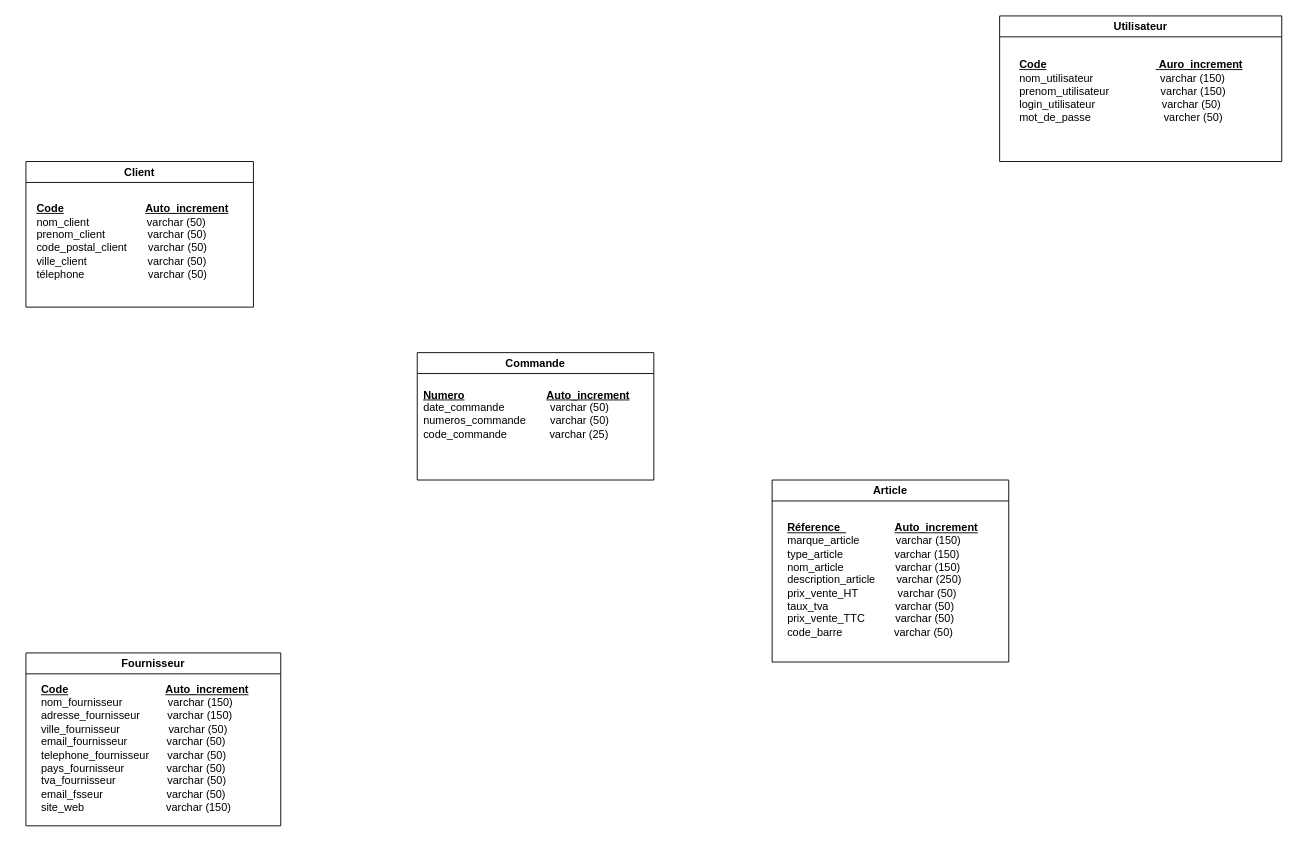
This is page "MPD" (3 of 3) of G.Stock.drawio from rachellusamba/CO-G.Stock, a draw.io file, before an edit. Source tidied: cells renumbered, new cells numbered last; positions are measured from the earlier drawing's top-left corner, leaving out a move shared by most shapes. Both pictures are drawn from the tidied source at 91%, with x=0, y=0 at pixel (25, 15).
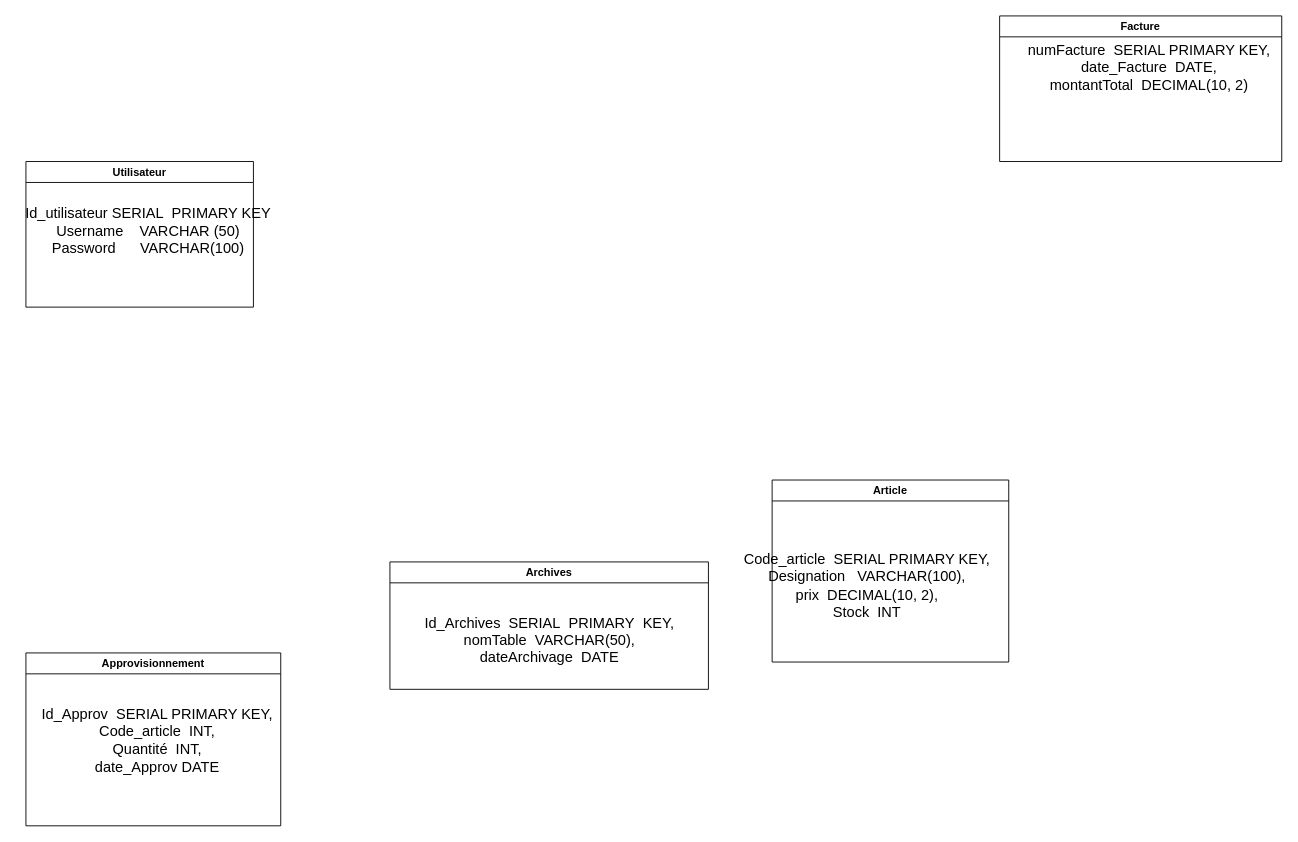
The same diagram, later.

Commit message:
Mettre à jour G.Stock.drawio

Diff of the diagram source:
```diff
@@
 <mxGraphModel>
   <root>
     <mxCell id="0" />
     <mxCell id="1" parent="0" />
-    <mxCell id="2" value="Utilisateur" style="swimlane;whiteSpace=wrap;html=1;" parent="1" vertex="1">
+    <mxCell id="2" value="Facture" style="swimlane;whiteSpace=wrap;html=1;" parent="1" vertex="1">
       <mxGeometry x="1070" width="310" height="160" as="geometry" />
     </mxCell>
-    <mxCell id="3" value="&lt;div align=&quot;left&quot;&gt;&lt;b&gt;&lt;u&gt;Code&lt;/u&gt; &amp;nbsp;&lt;/b&gt; &amp;nbsp; &amp;nbsp; &amp;nbsp; &amp;nbsp; &amp;nbsp; &amp;nbsp;&amp;nbsp;&amp;nbsp;&amp;nbsp;&amp;nbsp;&amp;nbsp;&amp;nbsp;&amp;nbsp;&amp;nbsp;&amp;nbsp;&amp;nbsp;&amp;nbsp;&amp;nbsp;&amp;nbsp;&amp;nbsp;&amp;nbsp;&amp;nbsp;&amp;nbsp;&amp;nbsp;&amp;nbsp;&amp;nbsp;&amp;nbsp;&amp;nbsp;&lt;u&gt; &lt;/u&gt;&lt;b&gt;&lt;u&gt;Auro_increment&lt;/u&gt;&lt;/b&gt;&lt;/div&gt;&lt;div align=&quot;left&quot;&gt;nom_utilisateur&amp;nbsp;&amp;nbsp;&amp;nbsp;&amp;nbsp;&amp;nbsp;&amp;nbsp;&amp;nbsp;&amp;nbsp;&amp;nbsp;&amp;nbsp;&amp;nbsp;&amp;nbsp;&amp;nbsp;&amp;nbsp;&amp;nbsp;&amp;nbsp;&amp;nbsp;&amp;nbsp;&amp;nbsp;&amp;nbsp;&amp;nbsp; varchar (150)&lt;br&gt;&lt;/div&gt;&lt;div align=&quot;left&quot;&gt;prenom_utilisateur&amp;nbsp;&amp;nbsp;&amp;nbsp;&amp;nbsp;&amp;nbsp;&amp;nbsp;&amp;nbsp;&amp;nbsp;&amp;nbsp;&amp;nbsp;&amp;nbsp;&amp;nbsp;&amp;nbsp;&amp;nbsp;&amp;nbsp;&amp;nbsp; varchar (150)&lt;br&gt;&lt;/div&gt;&lt;div align=&quot;left&quot;&gt;login_utilisateur&amp;nbsp;&amp;nbsp;&amp;nbsp;&amp;nbsp;&amp;nbsp;&amp;nbsp;&amp;nbsp;&amp;nbsp;&amp;nbsp;&amp;nbsp;&amp;nbsp;&amp;nbsp;&amp;nbsp;&amp;nbsp;&amp;nbsp;&amp;nbsp;&amp;nbsp;&amp;nbsp;&amp;nbsp;&amp;nbsp;&amp;nbsp; varchar (50)&lt;br&gt;&lt;/div&gt;&lt;div align=&quot;left&quot;&gt;mot_de_passe&amp;nbsp;&amp;nbsp;&amp;nbsp;&amp;nbsp;&amp;nbsp;&amp;nbsp;&amp;nbsp;&amp;nbsp;&amp;nbsp;&amp;nbsp;&amp;nbsp;&amp;nbsp;&amp;nbsp;&amp;nbsp;&amp;nbsp;&amp;nbsp;&amp;nbsp;&amp;nbsp;&amp;nbsp;&amp;nbsp;&amp;nbsp;&amp;nbsp;&amp;nbsp; varcher (50)&lt;br&gt;&lt;/div&gt;&lt;div align=&quot;left&quot;&gt;&lt;br&gt;&lt;/div&gt;" style="text;html=1;align=left;verticalAlign=middle;strokeColor=none;fillColor=none;" parent="2" vertex="1">
-      <mxGeometry x="20" y="40" width="270" height="100" as="geometry" />
-    </mxCell>
-    <mxCell id="4" value="Commande" style="swimlane;whiteSpace=wrap;html=1;" parent="1" vertex="1">
-      <mxGeometry x="430" y="370" width="260" height="140" as="geometry" />
-    </mxCell>
-    <mxCell id="5" value="&lt;div align=&quot;left&quot;&gt;&lt;b&gt;&lt;u&gt;Numero&lt;/u&gt;&lt;/b&gt; &amp;nbsp;&amp;nbsp;&amp;nbsp;&amp;nbsp;&amp;nbsp;&amp;nbsp;&amp;nbsp;&amp;nbsp;&amp;nbsp;&amp;nbsp;&amp;nbsp;&amp;nbsp;&amp;nbsp;&amp;nbsp;&amp;nbsp;&amp;nbsp;&amp;nbsp;&amp;nbsp;&amp;nbsp;&amp;nbsp;&amp;nbsp;&amp;nbsp;&amp;nbsp;&amp;nbsp;&amp;nbsp; &lt;b&gt;&lt;u&gt;Auto_increment&lt;/u&gt;&lt;/b&gt;&lt;br&gt;date_commande&amp;nbsp;&amp;nbsp;&amp;nbsp;&amp;nbsp;&amp;nbsp;&amp;nbsp;&amp;nbsp;&amp;nbsp;&amp;nbsp;&amp;nbsp;&amp;nbsp;&amp;nbsp;&amp;nbsp;&amp;nbsp; varchar (50)&lt;/div&gt;&lt;div align=&quot;left&quot;&gt;numeros_commande&amp;nbsp;&amp;nbsp;&amp;nbsp;&amp;nbsp;&amp;nbsp;&amp;nbsp;&amp;nbsp; varchar (50)&lt;/div&gt;&lt;div align=&quot;left&quot;&gt;code_commande&amp;nbsp;&amp;nbsp;&amp;nbsp;&amp;nbsp;&amp;nbsp;&amp;nbsp;&amp;nbsp;&amp;nbsp;&amp;nbsp;&amp;nbsp;&amp;nbsp;&amp;nbsp;&amp;nbsp; varchar (25)&lt;br&gt;&lt;/div&gt;&lt;div align=&quot;left&quot;&gt;&lt;br&gt;&lt;/div&gt;" style="text;html=1;align=left;verticalAlign=middle;strokeColor=none;fillColor=none;" parent="4" vertex="1">
-      <mxGeometry x="5" y="30" width="250" height="90" as="geometry" />
-    </mxCell>
-    <mxCell id="6" value="Fournisseur" style="swimlane;whiteSpace=wrap;html=1;" parent="1" vertex="1">
+    <mxCell id="6" value="Approvisionnement" style="swimlane;whiteSpace=wrap;html=1;" parent="1" vertex="1">
       <mxGeometry y="700" width="280" height="190" as="geometry" />
     </mxCell>
-    <mxCell id="7" value="&lt;div align=&quot;left&quot;&gt;&lt;b&gt;&lt;u&gt;Code&lt;/u&gt;&lt;/b&gt; &amp;nbsp; &amp;nbsp; &amp;nbsp; &amp;nbsp; &amp;nbsp; &amp;nbsp;&amp;nbsp; &amp;nbsp;&amp;nbsp;&amp;nbsp;&amp;nbsp;&amp;nbsp;&amp;nbsp;&amp;nbsp;&amp;nbsp;&amp;nbsp;&amp;nbsp;&amp;nbsp;&amp;nbsp;&amp;nbsp;&amp;nbsp;&amp;nbsp;&amp;nbsp;&amp;nbsp; &lt;u&gt;&lt;b&gt;Auto_increment&lt;/b&gt;&lt;/u&gt;&lt;br&gt;nom_fournisseur&amp;nbsp;&amp;nbsp;&amp;nbsp;&amp;nbsp;&amp;nbsp;&amp;nbsp;&amp;nbsp;&amp;nbsp;&amp;nbsp;&amp;nbsp;&amp;nbsp;&amp;nbsp;&amp;nbsp;&amp;nbsp; varchar (150)&lt;br&gt;adresse_fournisseur&amp;nbsp;&amp;nbsp;&amp;nbsp;&amp;nbsp;&amp;nbsp;&amp;nbsp;&amp;nbsp;&amp;nbsp; varchar (150)&lt;br&gt;ville_fournisseur&amp;nbsp;&amp;nbsp;&amp;nbsp;&amp;nbsp;&amp;nbsp;&amp;nbsp;&amp;nbsp;&amp;nbsp;&amp;nbsp;&amp;nbsp;&amp;nbsp;&amp;nbsp;&amp;nbsp;&amp;nbsp;&amp;nbsp; varchar (50)&lt;br&gt;email_fournisseur&amp;nbsp;&amp;nbsp;&amp;nbsp;&amp;nbsp;&amp;nbsp;&amp;nbsp;&amp;nbsp;&amp;nbsp;&amp;nbsp;&amp;nbsp;&amp;nbsp;&amp;nbsp; varchar (50)&lt;br&gt;telephone_fournisseur&amp;nbsp;&amp;nbsp;&amp;nbsp;&amp;nbsp;&amp;nbsp; varchar (50)&lt;br&gt;pays_fournisseur&amp;nbsp;&amp;nbsp;&amp;nbsp;&amp;nbsp;&amp;nbsp;&amp;nbsp;&amp;nbsp;&amp;nbsp;&amp;nbsp;&amp;nbsp;&amp;nbsp;&amp;nbsp;&amp;nbsp; varchar (50)&lt;br&gt;tva_fournisseur&amp;nbsp;&amp;nbsp;&amp;nbsp;&amp;nbsp;&amp;nbsp;&amp;nbsp;&amp;nbsp;&amp;nbsp;&amp;nbsp;&amp;nbsp;&amp;nbsp;&amp;nbsp;&amp;nbsp;&amp;nbsp;&amp;nbsp;&amp;nbsp; varchar (50)&lt;/div&gt;&lt;div align=&quot;left&quot;&gt;email_fsseur&amp;nbsp;&amp;nbsp;&amp;nbsp;&amp;nbsp;&amp;nbsp;&amp;nbsp;&amp;nbsp;&amp;nbsp;&amp;nbsp;&amp;nbsp;&amp;nbsp;&amp;nbsp;&amp;nbsp;&amp;nbsp;&amp;nbsp;&amp;nbsp;&amp;nbsp;&amp;nbsp;&amp;nbsp;&amp;nbsp; varchar (50)&lt;/div&gt;&lt;div align=&quot;left&quot;&gt;site_web&amp;nbsp;&amp;nbsp;&amp;nbsp;&amp;nbsp;&amp;nbsp;&amp;nbsp;&amp;nbsp;&amp;nbsp;&amp;nbsp;&amp;nbsp;&amp;nbsp;&amp;nbsp;&amp;nbsp;&amp;nbsp;&amp;nbsp;&amp;nbsp;&amp;nbsp;&amp;nbsp;&amp;nbsp;&amp;nbsp;&amp;nbsp;&amp;nbsp;&amp;nbsp;&amp;nbsp;&amp;nbsp;&amp;nbsp; varchar (150)&lt;br&gt;&lt;/div&gt;" style="text;html=1;align=left;verticalAlign=middle;strokeColor=none;fillColor=none;" parent="6" vertex="1">
-      <mxGeometry x="15" y="25" width="250" height="160" as="geometry" />
-    </mxCell>
-    <mxCell id="8" value="Client" style="swimlane;whiteSpace=wrap;html=1;" parent="1" vertex="1">
+    <mxCell id="8" value="Utilisateur" style="swimlane;whiteSpace=wrap;html=1;" parent="1" vertex="1">
       <mxGeometry y="160" width="250" height="160" as="geometry" />
     </mxCell>
-    <mxCell id="9" value="&lt;div align=&quot;left&quot;&gt;&lt;b&gt;&lt;u&gt;Code&lt;/u&gt;&amp;nbsp;&amp;nbsp;&amp;nbsp;&amp;nbsp;&amp;nbsp;&amp;nbsp;&amp;nbsp;&amp;nbsp;&amp;nbsp;&amp;nbsp;&amp;nbsp;&amp;nbsp;&amp;nbsp;&amp;nbsp;&amp;nbsp;&amp;nbsp;&amp;nbsp;&amp;nbsp;&amp;nbsp;&amp;nbsp;&amp;nbsp;&amp;nbsp;&amp;nbsp;&amp;nbsp;&amp;nbsp;&amp;nbsp; &lt;u&gt;Auto_increment&lt;/u&gt;&lt;/b&gt;&lt;br&gt;nom_client&amp;nbsp;&amp;nbsp;&amp;nbsp;&amp;nbsp;&amp;nbsp;&amp;nbsp;&amp;nbsp;&amp;nbsp;&amp;nbsp;&amp;nbsp;&amp;nbsp;&amp;nbsp;&amp;nbsp;&amp;nbsp;&amp;nbsp;&amp;nbsp;&amp;nbsp;&amp;nbsp; varchar (50)&lt;br&gt;prenom_client&amp;nbsp;&amp;nbsp;&amp;nbsp;&amp;nbsp;&amp;nbsp;&amp;nbsp;&amp;nbsp;&amp;nbsp;&amp;nbsp;&amp;nbsp;&amp;nbsp;&amp;nbsp;&amp;nbsp; varchar (50)&lt;br&gt;code_postal_client&amp;nbsp;&amp;nbsp;&amp;nbsp;&amp;nbsp;&amp;nbsp;&amp;nbsp; varchar (50)&lt;br&gt;ville_client&amp;nbsp;&amp;nbsp;&amp;nbsp;&amp;nbsp;&amp;nbsp;&amp;nbsp;&amp;nbsp;&amp;nbsp;&amp;nbsp;&amp;nbsp;&amp;nbsp;&amp;nbsp;&amp;nbsp;&amp;nbsp;&amp;nbsp;&amp;nbsp;&amp;nbsp;&amp;nbsp;&amp;nbsp; varchar (50)&lt;br&gt;télephone&amp;nbsp;&amp;nbsp;&amp;nbsp;&amp;nbsp;&amp;nbsp;&amp;nbsp;&amp;nbsp;&amp;nbsp;&amp;nbsp;&amp;nbsp;&amp;nbsp;&amp;nbsp;&amp;nbsp;&amp;nbsp;&amp;nbsp;&amp;nbsp;&amp;nbsp;&amp;nbsp;&amp;nbsp;&amp;nbsp; varchar (50)&lt;br&gt;&lt;/div&gt;&lt;div align=&quot;left&quot;&gt;&lt;br&gt;&lt;/div&gt;" style="text;html=1;align=left;verticalAlign=middle;strokeColor=none;fillColor=none;" parent="8" vertex="1">
-      <mxGeometry x="10" y="40" width="230" height="110" as="geometry" />
-    </mxCell>
     <mxCell id="10" value="Article" style="swimlane;whiteSpace=wrap;html=1;" parent="1" vertex="1">
       <mxGeometry x="820" y="510" width="260" height="200" as="geometry" />
     </mxCell>
-    <mxCell id="11" value="&lt;div align=&quot;left&quot;&gt;&lt;b&gt;&lt;u&gt;Réference &amp;nbsp;&lt;/u&gt;&lt;/b&gt;&amp;nbsp;&amp;nbsp;&amp;nbsp;&amp;nbsp;&amp;nbsp;&amp;nbsp;&amp;nbsp;&amp;nbsp;&amp;nbsp;&amp;nbsp;&amp;nbsp;&amp;nbsp;&amp;nbsp;&amp;nbsp;&amp;nbsp; &lt;u&gt;&lt;b&gt;Auto_increment&lt;/b&gt;&lt;/u&gt;&lt;br&gt;marque_article&amp;nbsp;&amp;nbsp;&amp;nbsp;&amp;nbsp;&amp;nbsp;&amp;nbsp;&amp;nbsp;&amp;nbsp;&amp;nbsp;&amp;nbsp;&amp;nbsp; varchar (150)&lt;br&gt;type_article&amp;nbsp;&amp;nbsp;&amp;nbsp;&amp;nbsp;&amp;nbsp;&amp;nbsp;&amp;nbsp;&amp;nbsp;&amp;nbsp;&amp;nbsp;&amp;nbsp;&amp;nbsp;&amp;nbsp;&amp;nbsp;&amp;nbsp;&amp;nbsp; varchar (150)&lt;br&gt;nom_article&amp;nbsp;&amp;nbsp;&amp;nbsp;&amp;nbsp;&amp;nbsp;&amp;nbsp;&amp;nbsp;&amp;nbsp;&amp;nbsp;&amp;nbsp;&amp;nbsp;&amp;nbsp;&amp;nbsp;&amp;nbsp;&amp;nbsp;&amp;nbsp; varchar (150)&lt;br&gt;description_article&amp;nbsp;&amp;nbsp;&amp;nbsp;&amp;nbsp;&amp;nbsp;&amp;nbsp; varchar (250)&lt;br&gt;prix_vente_HT&amp;nbsp;&amp;nbsp;&amp;nbsp;&amp;nbsp;&amp;nbsp;&amp;nbsp;&amp;nbsp;&amp;nbsp;&amp;nbsp;&amp;nbsp;&amp;nbsp;&amp;nbsp; varchar (50)&lt;br&gt;taux_tva&amp;nbsp;&amp;nbsp;&amp;nbsp;&amp;nbsp;&amp;nbsp;&amp;nbsp;&amp;nbsp;&amp;nbsp;&amp;nbsp;&amp;nbsp;&amp;nbsp;&amp;nbsp;&amp;nbsp;&amp;nbsp;&amp;nbsp;&amp;nbsp;&amp;nbsp;&amp;nbsp;&amp;nbsp;&amp;nbsp;&amp;nbsp; varchar (50)&lt;br&gt;prix_vente_TTC&amp;nbsp;&amp;nbsp;&amp;nbsp;&amp;nbsp;&amp;nbsp;&amp;nbsp;&amp;nbsp;&amp;nbsp;&amp;nbsp; varchar (50)&lt;br&gt;code_barre&amp;nbsp;&amp;nbsp;&amp;nbsp;&amp;nbsp;&amp;nbsp;&amp;nbsp;&amp;nbsp;&amp;nbsp;&amp;nbsp;&amp;nbsp;&amp;nbsp;&amp;nbsp;&amp;nbsp;&amp;nbsp;&amp;nbsp;&amp;nbsp; varchar (50)&lt;br&gt;&lt;/div&gt;" style="text;html=1;align=left;verticalAlign=middle;strokeColor=none;fillColor=none;" parent="10" vertex="1">
-      <mxGeometry x="15" y="40" width="230" height="140" as="geometry" />
-    </mxCell>
+    <mxCell id="12" value="Id_utilisateur SERIAL&amp;nbsp; PRIMARY KEY&lt;br&gt;Username&amp;nbsp;&amp;nbsp;&amp;nbsp; VARCHAR (50)&lt;br&gt;Password&amp;nbsp;&amp;nbsp;&amp;nbsp;&amp;nbsp;&amp;nbsp; VARCHAR(100)" style="text;html=1;align=center;verticalAlign=middle;strokeColor=none;fillColor=none;fontSize=16;" parent="1" vertex="1">
+      <mxGeometry x="-11" y="201" width="290" height="70" as="geometry" />
+    </mxCell>
+    <mxCell id="13" value="Id_Approv&amp;nbsp; SERIAL PRIMARY KEY,&lt;br&gt;Code_article&amp;nbsp; INT,&lt;br&gt;Quantité&amp;nbsp; INT,&lt;br&gt;date_Approv DATE" style="text;html=1;align=center;verticalAlign=middle;strokeColor=none;fillColor=none;fontSize=16;" parent="1" vertex="1">
+      <mxGeometry x="4" y="751" width="280" height="90" as="geometry" />
+    </mxCell>
+    <mxCell id="14" value="Code_article&amp;nbsp; SERIAL PRIMARY KEY,&lt;br&gt;Designation&amp;nbsp;&amp;nbsp; VARCHAR(100),&lt;br&gt;prix&amp;nbsp; DECIMAL(10, 2),&lt;br&gt;Stock&amp;nbsp; INT" style="text;html=1;align=center;verticalAlign=middle;strokeColor=none;fillColor=none;fontSize=16;" parent="1" vertex="1">
+      <mxGeometry x="779" y="581" width="290" height="90" as="geometry" />
+    </mxCell>
+    <mxCell id="15" value="numFacture&amp;nbsp; SERIAL PRIMARY KEY,&lt;br&gt;date_Facture&amp;nbsp; DATE,&lt;br&gt;montantTotal&amp;nbsp; DECIMAL(10, 2)&lt;div&gt;&lt;br/&gt;&lt;/div&gt;" style="text;html=1;align=center;verticalAlign=middle;strokeColor=none;fillColor=none;fontSize=16;" parent="1" vertex="1">
+      <mxGeometry x="1089" y="21" width="290" height="90" as="geometry" />
+    </mxCell>
+    <mxCell id="16" value="Archives" style="swimlane;whiteSpace=wrap;html=1;" parent="1" vertex="1">
+      <mxGeometry x="400" y="600" width="350" height="140" as="geometry" />
+    </mxCell>
+    <mxCell id="17" value="Id_Archives&amp;nbsp; SERIAL&amp;nbsp; PRIMARY&amp;nbsp; KEY,&lt;br&gt;nomTable&amp;nbsp; VARCHAR(50),&lt;br&gt;dateArchivage&amp;nbsp; DATE" style="text;html=1;align=center;verticalAlign=middle;strokeColor=none;fillColor=none;fontSize=16;" parent="16" vertex="1">
+      <mxGeometry x="25" y="51" width="300" height="70" as="geometry" />
+    </mxCell>
   </root>
 </mxGraphModel>
```
